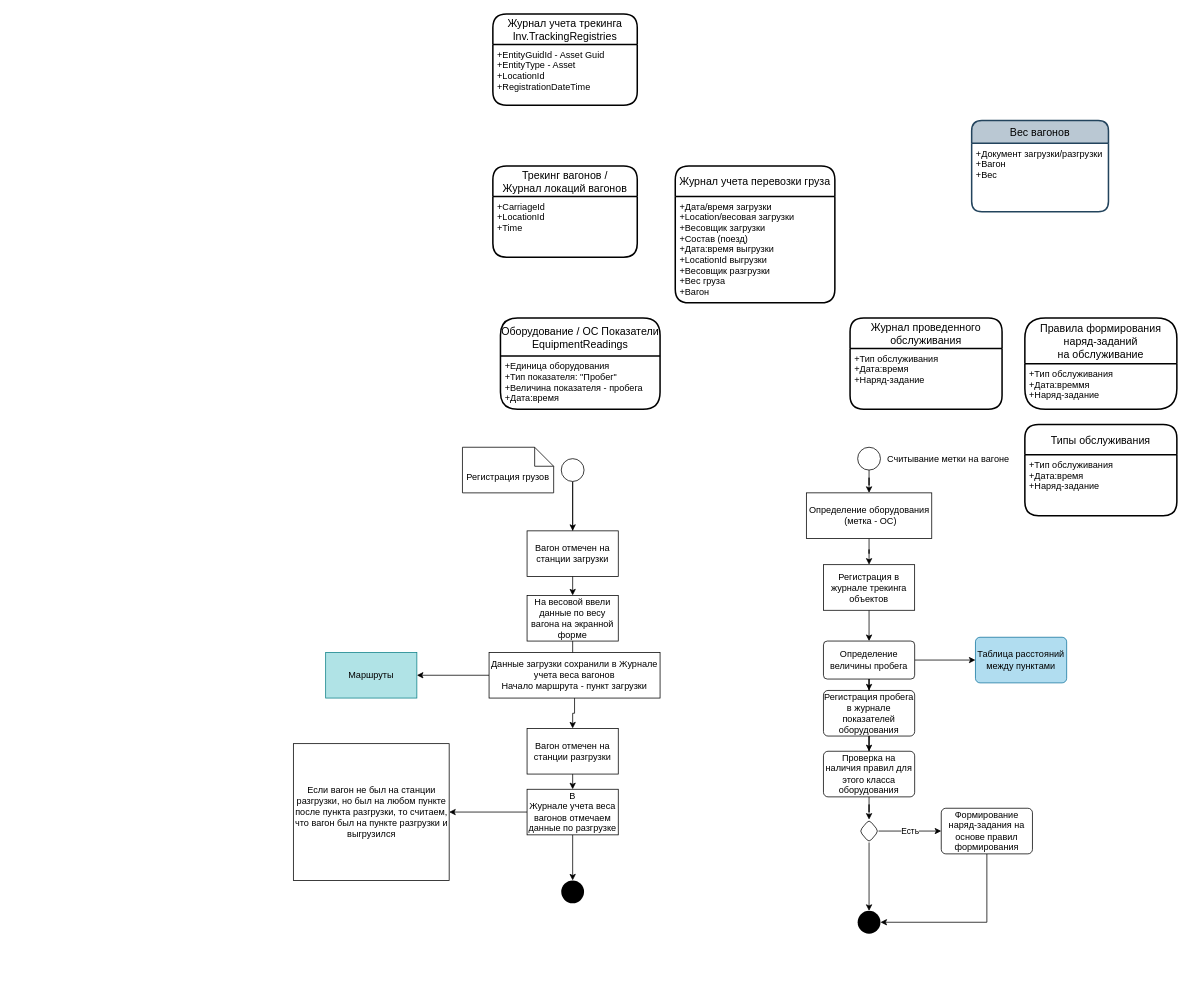
The draw.io diagram page "Пробеги" (2 of 2) of sensor_to_business_oper.drawio in tvolodi/abitech, before the edit. Source tidied: cells renumbered, new cells numbered last; positions are measured from the earlier drawing's top-left corner, leaving out a move shared by most shapes. Both pictures are drawn from the tidied source at 76%, with x=0, y=0 at pixel (293, 14).
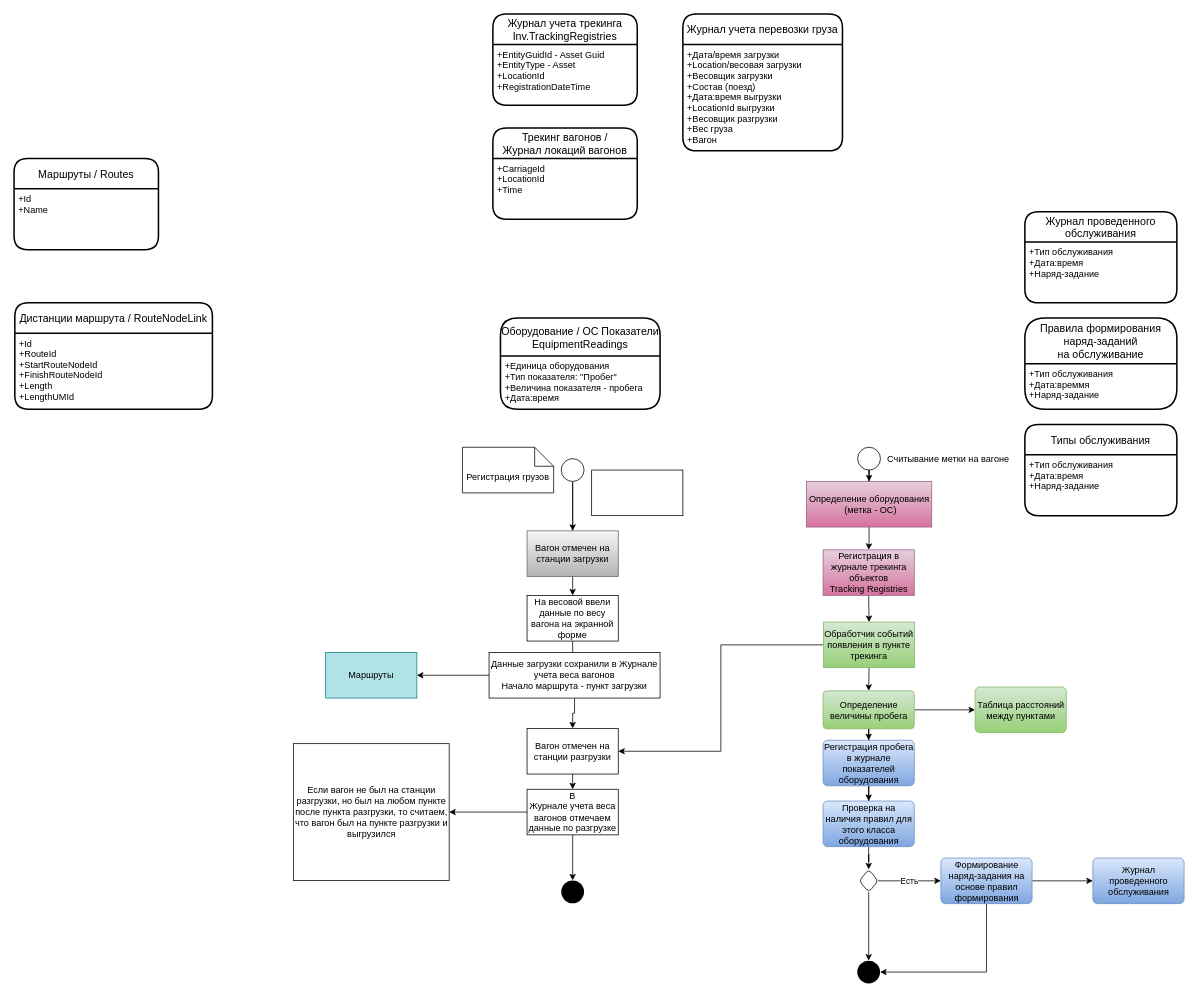
After the change.

The change refers to these unchanged cells:
```xml
<mxCell id="46" value="Вагон отмечен на станции разгрузки" style="whiteSpace=wrap;html=1;fillColor=#ffffff;strokeColor=#000000;" parent="1" vertex="1">
  <mxGeometry x="307" y="940" width="120" height="60" as="geometry" />
</mxCell>
```

Diff of the diagram source:
```diff
@@
     <mxCell id="2" value="Трекинг вагонов / &#10;Журнал локаций вагонов" style="swimlane;horizontal=1;startSize=40;rounded=1;fontSize=14;fontStyle=0;strokeWidth=2;shadow=0;dashed=0;align=center;" parent="1" vertex="1">
-      <mxGeometry x="262" y="200" width="190" height="120" as="geometry" />
+      <mxGeometry x="262" y="150" width="190" height="120" as="geometry" />
     </mxCell>
@@
     <mxCell id="4" value="Журнал учета перевозки груза" style="swimlane;horizontal=1;startSize=40;rounded=1;fontSize=14;fontStyle=0;strokeWidth=2;shadow=0;dashed=0;align=center;" parent="1" vertex="1">
-      <mxGeometry x="502" y="200" width="210" height="180" as="geometry" />
+      <mxGeometry x="512" width="210" height="180" as="geometry" />
     </mxCell>
@@
-    <mxCell id="6" value="Вес вагонов" style="swimlane;horizontal=1;startSize=30;rounded=1;fontSize=14;fontStyle=0;strokeWidth=2;shadow=0;dashed=0;align=center;fillColor=#bac8d3;strokeColor=#23445d;" parent="1" vertex="1">
-      <mxGeometry x="892" y="140" width="180" height="120" as="geometry" />
-    </mxCell>
-    <mxCell id="7" value="+Документ загрузки/разгрузки&#10;+Вагон&#10;+Вес" style="align=left;strokeColor=none;fillColor=none;spacingLeft=4;fontSize=12;verticalAlign=top;" parent="6" vertex="1">
-      <mxGeometry y="30" width="180" height="90" as="geometry" />
-    </mxCell>
@@
     <mxCell id="10" value="Журнал проведенного &#10;обслуживания" style="swimlane;horizontal=1;startSize=40;rounded=1;fontSize=14;fontStyle=0;strokeWidth=2;shadow=0;dashed=0;align=center;" parent="1" vertex="1">
-      <mxGeometry x="732" y="400" width="200" height="120" as="geometry" />
+      <mxGeometry x="962" y="260" width="200" height="120" as="geometry" />
     </mxCell>
@@
-    <mxCell id="14" value="Определение величины пробега" style="rounded=1;arcSize=10;whiteSpace=wrap;html=1;align=center;" parent="1" vertex="1">
-      <mxGeometry x="697" y="825" width="120" height="50" as="geometry" />
+    <mxCell id="14" value="Определение величины пробега" style="rounded=1;arcSize=10;whiteSpace=wrap;html=1;align=center;fillColor=#d5e8d4;gradientColor=#97d077;strokeColor=#82b366;" parent="1" vertex="1">
+      <mxGeometry x="696.5" y="890.5" width="120" height="50" as="geometry" />
     </mxCell>
@@
-    <mxCell id="17" style="edgeStyle=orthogonalEdgeStyle;rounded=0;jettySize=auto;html=1;exitX=0.5;exitY=1;exitDx=0;exitDy=0;entryX=0.5;entryY=0;entryDx=0;entryDy=0;" parent="1" edge="1" source="44" target="14">
+    <mxCell id="17" style="edgeStyle=orthogonalEdgeStyle;rounded=0;jettySize=auto;html=1;exitX=0.5;exitY=1;exitDx=0;exitDy=0;entryX=0.5;entryY=0;entryDx=0;entryDy=0;" parent="1" edge="1" source="44" target="59">
       <mxGeometry relative="1" as="geometry" />
     </mxCell>
-    <mxCell id="18" style="edgeStyle=orthogonalEdgeStyle;rounded=0;jettySize=auto;html=1;" parent="1" edge="1" source="19" target="44">
+    <mxCell id="18" style="edgeStyle=orthogonalEdgeStyle;rounded=0;jettySize=auto;html=1;entryX=0.5;entryY=0;entryDx=0;entryDy=0;" parent="1" edge="1" source="19" target="44">
       <mxGeometry relative="1" as="geometry" />
     </mxCell>
-    <mxCell id="19" value="Определение оборудования&lt;br&gt;&amp;nbsp;(метка - ОС)" style="whiteSpace=wrap;html=1;align=center;fillColor=#ffffff;strokeColor=#000000;spacingTop=0;spacing=0;" parent="1" vertex="1">
-      <mxGeometry x="674.5" y="630" width="165" height="60" as="geometry" />
+    <mxCell id="19" value="Определение оборудования&lt;br&gt;&amp;nbsp;(метка - ОС)" style="whiteSpace=wrap;html=1;align=center;fillColor=#e6d0de;strokeColor=#996185;spacingTop=0;spacing=0;gradientColor=#d5739d;" parent="1" vertex="1">
+      <mxGeometry x="674.5" y="615" width="165" height="60" as="geometry" />
     </mxCell>
@@
-    <mxCell id="21" value="Регистрация пробега в журнале показателей оборудования" style="whiteSpace=wrap;html=1;rounded=1;arcSize=10;" parent="1" vertex="1">
-      <mxGeometry x="697" y="890" width="120" height="60" as="geometry" />
+    <mxCell id="21" value="Регистрация пробега в журнале показателей оборудования" style="whiteSpace=wrap;html=1;rounded=1;arcSize=10;fillColor=#dae8fc;strokeColor=#6c8ebf;gradientColor=#7ea6e0;" parent="1" vertex="1">
+      <mxGeometry x="696.5" y="955.5" width="120" height="60" as="geometry" />
     </mxCell>
@@
-    <mxCell id="23" value="Проверка на наличия правил для этого класса оборудования" style="whiteSpace=wrap;html=1;rounded=1;arcSize=10;" parent="1" vertex="1">
-      <mxGeometry x="697" y="970" width="120" height="60" as="geometry" />
+    <mxCell id="23" value="Проверка на наличия правил для этого класса оборудования" style="whiteSpace=wrap;html=1;rounded=1;arcSize=10;fillColor=#dae8fc;gradientColor=#7ea6e0;strokeColor=#6c8ebf;" parent="1" vertex="1">
+      <mxGeometry x="696.5" y="1035.5" width="120" height="60" as="geometry" />
     </mxCell>
@@
     <mxCell id="26" style="rhombus;whiteSpace=wrap;html=1;rounded=1;arcSize=10;" parent="1" vertex="1">
-      <mxGeometry x="744.5" y="1060" width="25" height="30" as="geometry" />
+      <mxGeometry x="744" y="1125.5" width="25" height="30" as="geometry" />
     </mxCell>
@@
+    <mxCell id="56" style="edgeStyle=orthogonalEdgeStyle;rounded=0;jettySize=auto;html=1;" parent="1" edge="1" source="28" target="60">
+      <mxGeometry relative="1" as="geometry" />
+    </mxCell>
-    <mxCell id="28" value="Формирование наряд-задания на основе правил формирования" style="whiteSpace=wrap;html=1;rounded=1;arcSize=10;" parent="1" vertex="1">
-      <mxGeometry x="852" y="1045" width="120" height="60" as="geometry" />
+    <mxCell id="28" value="Формирование наряд-задания на основе правил формирования" style="whiteSpace=wrap;html=1;rounded=1;arcSize=10;fillColor=#dae8fc;gradientColor=#7ea6e0;strokeColor=#6c8ebf;" parent="1" vertex="1">
+      <mxGeometry x="851.5" y="1110.5" width="120" height="60" as="geometry" />
     </mxCell>
@@
     <mxCell id="33" style="ellipse;fillColor=#000000;strokeColor=none;" parent="1" vertex="1">
-      <mxGeometry x="742" y="1180" width="30" height="30" as="geometry" />
+      <mxGeometry x="741.5" y="1245.5" width="30" height="30" as="geometry" />
     </mxCell>
@@
-    <mxCell id="44" value="Регистрация в журнале трекинга объектов" style="whiteSpace=wrap;html=1;fillColor=#ffffff;strokeColor=#000000;spacingTop=0;spacing=0;" parent="1" vertex="1">
-      <mxGeometry x="697" y="724.5" width="120" height="60" as="geometry" />
+    <mxCell id="44" value="Регистрация в журнале трекинга объектов&lt;br&gt;Tracking Registries" style="whiteSpace=wrap;html=1;fillColor=#e6d0de;strokeColor=#996185;spacingTop=0;spacing=0;gradientColor=#d5739d;" parent="1" vertex="1">
+      <mxGeometry x="696.5" y="705" width="120" height="60" as="geometry" />
     </mxCell>
@@
-    <mxCell id="50" value="Вагон отмечен на станции загрузки" style="whiteSpace=wrap;html=1;fillColor=#ffffff;strokeColor=#000000;" parent="1" vertex="1">
+    <mxCell id="50" value="Вагон отмечен на станции загрузки" style="whiteSpace=wrap;html=1;fillColor=#f5f5f5;strokeColor=#666666;gradientColor=#b3b3b3;" parent="1" vertex="1">
       <mxGeometry x="307" y="680" width="120" height="60" as="geometry" />
     </mxCell>
@@
-    <mxCell id="55" value="Таблица расстояний между пунктами" style="whiteSpace=wrap;html=1;rounded=1;arcSize=10;fillColor=#b1ddf0;strokeColor=#10739e;" parent="1" vertex="1">
-      <mxGeometry x="897" y="820" width="120" height="60" as="geometry" />
+    <mxCell id="55" value="Таблица расстояний между пунктами" style="whiteSpace=wrap;html=1;rounded=1;arcSize=10;fillColor=#d5e8d4;strokeColor=#82b366;gradientColor=#97d077;" parent="1" vertex="1">
+      <mxGeometry x="896.5" y="885.5" width="120" height="60" as="geometry" />
     </mxCell>
+    <mxCell id="57" style="edgeStyle=orthogonalEdgeStyle;rounded=0;jettySize=auto;html=1;exitX=0.5;exitY=1;exitDx=0;exitDy=0;entryX=0.5;entryY=0;entryDx=0;entryDy=0;" parent="1" edge="1" source="59" target="14">
+      <mxGeometry relative="1" as="geometry" />
+    </mxCell>
+    <mxCell id="58" style="edgeStyle=orthogonalEdgeStyle;rounded=0;jettySize=auto;html=1;exitX=0;exitY=0.5;exitDx=0;exitDy=0;entryX=1;entryY=0.5;entryDx=0;entryDy=0;" parent="1" edge="1" source="59" target="46">
+      <mxGeometry relative="1" as="geometry" />
+    </mxCell>
+    <mxCell id="59" value="Обработчик событий появления в пункте трекинга" style="whiteSpace=wrap;html=1;fillColor=#d5e8d4;strokeColor=#82b366;spacingTop=0;spacing=0;gradientColor=#97d077;" parent="1" vertex="1">
+      <mxGeometry x="697" y="800" width="120" height="60" as="geometry" />
+    </mxCell>
+    <mxCell id="60" value="Журнал проведенного обслуживания" style="whiteSpace=wrap;html=1;rounded=1;arcSize=10;fillColor=#dae8fc;gradientColor=#7ea6e0;strokeColor=#6c8ebf;" parent="1" vertex="1">
+      <mxGeometry x="1051.5" y="1110.5" width="120" height="60" as="geometry" />
+    </mxCell>
+    <mxCell id="61" value="Маршруты / Routes" style="swimlane;horizontal=1;startSize=40;rounded=1;fontSize=14;fontStyle=0;strokeWidth=2;shadow=0;dashed=0;align=center;" parent="1" vertex="1">
+      <mxGeometry x="-368" y="190" width="190" height="120" as="geometry" />
+    </mxCell>
+    <mxCell id="62" value="+Id&#10;+Name" style="align=left;strokeColor=none;fillColor=none;spacingLeft=4;fontSize=12;verticalAlign=top;" parent="61" vertex="1">
+      <mxGeometry y="40" width="190" height="80" as="geometry" />
+    </mxCell>
+    <mxCell id="63" value="Дистанции маршрута / RouteNodeLink" style="swimlane;horizontal=1;startSize=40;rounded=1;fontSize=14;fontStyle=0;strokeWidth=2;shadow=0;dashed=0;align=center;" parent="1" vertex="1">
+      <mxGeometry x="-367" y="380" width="260" height="140" as="geometry" />
+    </mxCell>
+    <mxCell id="64" value="+Id&#10;+RouteId&#10;+StartRouteNodeId&#10;+FinishRouteNodeId&#10;+Length&#10;+LengthUMId" style="align=left;strokeColor=none;fillColor=none;spacingLeft=4;fontSize=12;verticalAlign=top;" parent="63" vertex="1">
+      <mxGeometry y="40" width="260" height="100" as="geometry" />
+    </mxCell>
+    <mxCell id="65" style="whiteSpace=wrap;html=1;fillColor=#ffffff;strokeColor=#000000;" parent="1" vertex="1">
+      <mxGeometry x="392" y="600" width="120" height="60" as="geometry" />
+    </mxCell>
```
